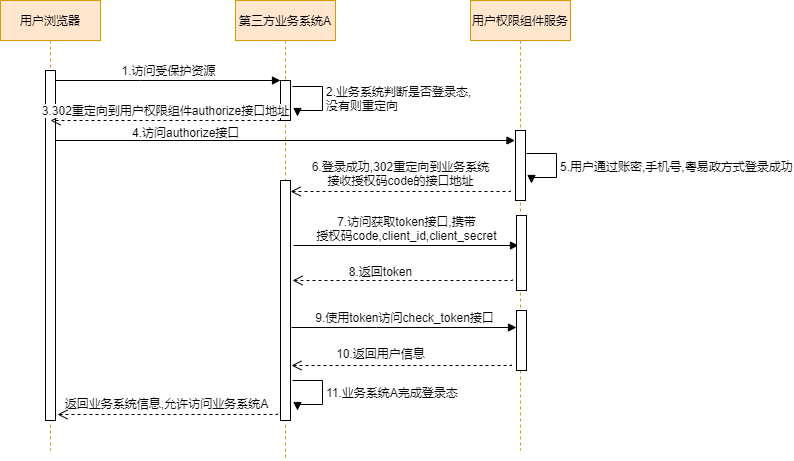
Earlier version of the draw.io export 权限组件登录时序.png (lsdu0/drawio). Source tidied: cells renumbered, new cells last; positions are measured from the earlier drawing's top-left corner, leaving out a move shared by most shapes.
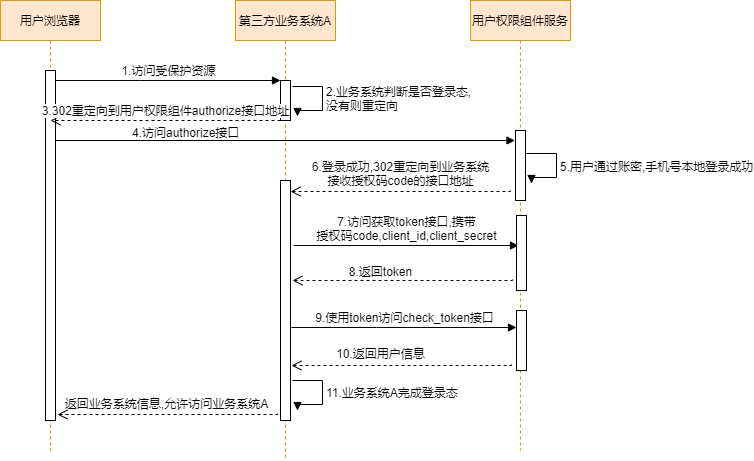
The same file after the commit.

Commit message:
Update 权限组件登录时序.png

Change to the diagram source:
```diff
@@ -58,7 +58,7 @@
     <mxCell id="13" value="&lt;span style=&quot;color: rgb(0, 0, 0); font-family: Helvetica; font-size: 11px; font-style: normal; font-variant-ligatures: normal; font-variant-caps: normal; font-weight: 400; letter-spacing: normal; orphans: 2; text-align: center; text-indent: 0px; text-transform: none; white-space: nowrap; widows: 2; word-spacing: 0px; -webkit-text-stroke-width: 0px; background-color: rgb(255, 255, 255); text-decoration-style: initial; text-decoration-color: initial; display: inline !important; float: none;&quot;&gt;4.访问authorize接口&lt;/span&gt;" style="text;whiteSpace=wrap;html=1;" parent="1" vertex="1">
       <mxGeometry x="130" y="119" width="120" height="40" as="geometry" />
     </mxCell>
-    <mxCell id="14" value="5.用户通过账密,手机号,粤易政方式登录成功" style="html=1;align=left;spacingLeft=2;endArrow=block;rounded=0;edgeStyle=orthogonalEdgeStyle;curved=0;rounded=0;" parent="1" edge="1">
+    <mxCell id="14" value="5.用户通过账密,手机号本地登录成功" style="html=1;align=left;spacingLeft=2;endArrow=block;rounded=0;edgeStyle=orthogonalEdgeStyle;curved=0;rounded=0;" parent="1" edge="1">
       <mxGeometry relative="1" as="geometry">
         <mxPoint x="526" y="153" as="sourcePoint" />
         <mxPoint x="531" y="183" as="targetPoint" />
```
